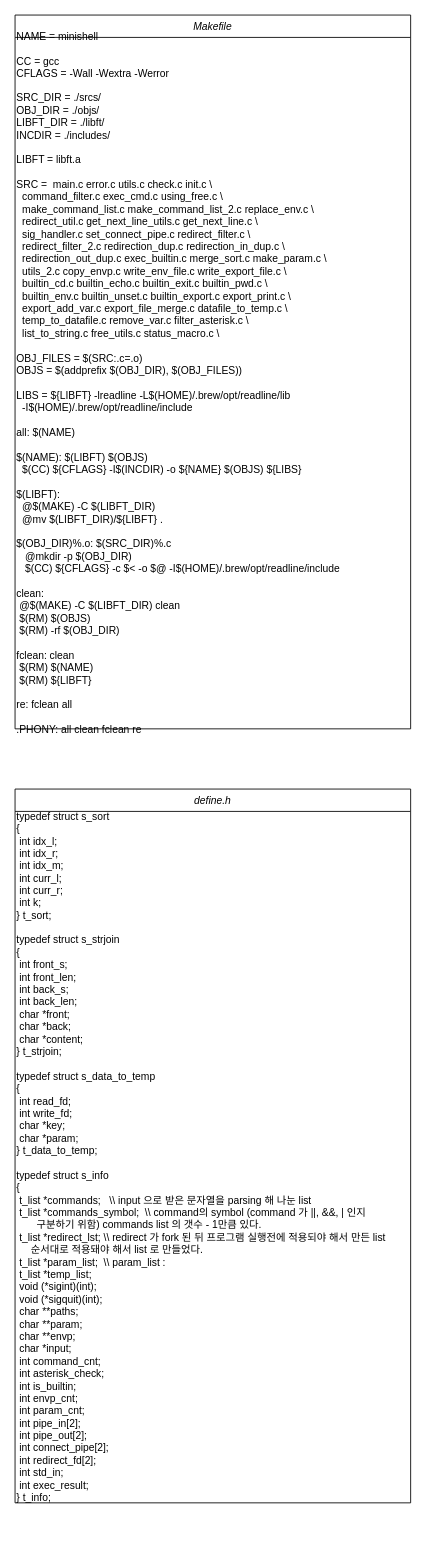
Above: Untitled Diagram.drawio in 42-saoh/Minishell (draw.io), before the change. Source tidied: cells renumbered, new cells numbered last; positions are measured from the earlier drawing's top-left corner, leaving out a move shared by most shapes. Both pictures are drawn from the tidied source at 86%, with x=0, y=0 at pixel (15, 15).
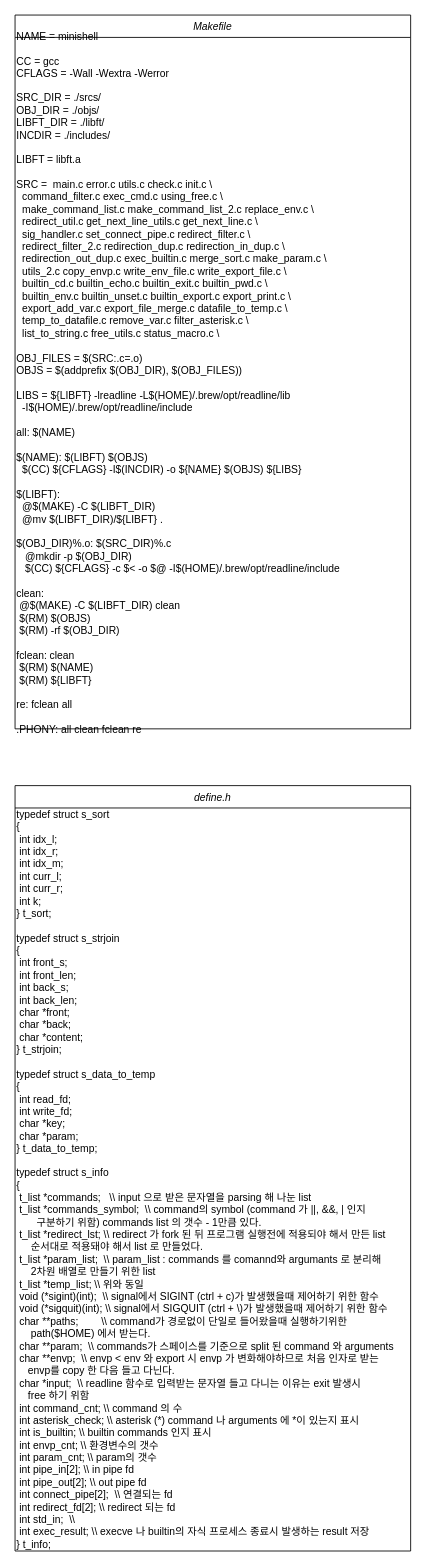
The same page after the edit.

Commit message (it also covers changes not shown here):
Update flow chart

What changed in the source:
```diff
@@
     <mxCell id="4" value="define.h" style="swimlane;fontStyle=2;align=center;verticalAlign=top;horizontal=1;startSize=26;rounded=0;shadow=0;strokeWidth=1;" parent="1" vertex="1">
-      <mxGeometry y="900" width="460" height="830" as="geometry" />
+      <mxGeometry y="896" width="460" height="890" as="geometry" />
     </mxCell>
-    <mxCell id="5" value="&lt;div&gt;typedef struct s_sort&lt;/div&gt;&lt;div&gt;{&lt;/div&gt;&lt;div&gt;&lt;span&gt; &lt;/span&gt;&lt;span style=&quot;white-space: pre&quot;&gt; &lt;/span&gt;int&lt;span&gt;  &lt;/span&gt;idx_l;&lt;/div&gt;&lt;div&gt;&lt;span&gt; &lt;/span&gt;&lt;span style=&quot;white-space: pre&quot;&gt; &lt;/span&gt;int&lt;span&gt;  &lt;/span&gt;idx_r;&lt;/div&gt;&lt;div&gt;&lt;span&gt; &lt;/span&gt;&lt;span style=&quot;white-space: pre&quot;&gt; &lt;/span&gt;int&lt;span&gt;  &lt;/span&gt;idx_m;&lt;/div&gt;&lt;div&gt;&lt;span&gt; &lt;/span&gt;&lt;span style=&quot;white-space: pre&quot;&gt; &lt;/span&gt;int&lt;span&gt;  &lt;/span&gt;curr_l;&lt;/div&gt;&lt;div&gt;&lt;span&gt; &lt;/span&gt;&lt;span style=&quot;white-space: pre&quot;&gt; &lt;/span&gt;int&lt;span&gt;  &lt;/span&gt;curr_r;&lt;/div&gt;&lt;div&gt;&lt;span&gt; &lt;/span&gt;&lt;span style=&quot;white-space: pre&quot;&gt; &lt;/span&gt;int&lt;span&gt;  &lt;/span&gt;k;&lt;/div&gt;&lt;div&gt;}&lt;span&gt;    &lt;/span&gt;t_sort;&lt;/div&gt;&lt;div&gt;&lt;br&gt;&lt;/div&gt;&lt;div&gt;typedef struct s_strjoin&lt;/div&gt;&lt;div&gt;{&lt;/div&gt;&lt;div&gt;&lt;span&gt; &lt;/span&gt;&lt;span style=&quot;white-space: pre&quot;&gt; &lt;/span&gt;int&lt;span&gt;  &lt;/span&gt;front_s;&lt;/div&gt;&lt;div&gt;&lt;span&gt; &lt;/span&gt;&lt;span style=&quot;white-space: pre&quot;&gt; &lt;/span&gt;int&lt;span&gt;  &lt;/span&gt;front_len;&lt;/div&gt;&lt;div&gt;&lt;span&gt; &lt;/span&gt;&lt;span style=&quot;white-space: pre&quot;&gt; &lt;/span&gt;int&lt;span&gt;  &lt;/span&gt;back_s;&lt;/div&gt;&lt;div&gt;&lt;span&gt; &lt;/span&gt;&lt;span style=&quot;white-space: pre&quot;&gt; &lt;/span&gt;int&lt;span&gt;  &lt;/span&gt;back_len;&lt;/div&gt;&lt;div&gt;&lt;span&gt; &lt;/span&gt;&lt;span style=&quot;white-space: pre&quot;&gt; &lt;/span&gt;char&lt;span&gt; &lt;/span&gt;*front;&lt;/div&gt;&lt;div&gt;&lt;span&gt; &lt;/span&gt;&lt;span style=&quot;white-space: pre&quot;&gt; &lt;/span&gt;char&lt;span&gt; &lt;/span&gt;*back;&lt;/div&gt;&lt;div&gt;&lt;span&gt; &lt;/span&gt;&lt;span style=&quot;white-space: pre&quot;&gt; &lt;/span&gt;char&lt;span&gt; &lt;/span&gt;*content;&lt;/div&gt;&lt;div&gt;}&lt;span&gt;    &lt;/span&gt;t_strjoin;&lt;/div&gt;&lt;div&gt;&lt;br&gt;&lt;/div&gt;&lt;div&gt;typedef struct s_data_to_temp&lt;/div&gt;&lt;div&gt;{&lt;/div&gt;&lt;div&gt;&lt;span&gt; &lt;/span&gt;&lt;span style=&quot;white-space: pre&quot;&gt; &lt;/span&gt;int&lt;span&gt;  &lt;/span&gt;read_fd;&lt;/div&gt;&lt;div&gt;&lt;span&gt; &lt;/span&gt;&lt;span style=&quot;white-space: pre&quot;&gt; &lt;/span&gt;int&lt;span&gt;  &lt;/span&gt;write_fd;&lt;/div&gt;&lt;div&gt;&lt;span&gt; &lt;/span&gt;&lt;span style=&quot;white-space: pre&quot;&gt; &lt;/span&gt;char&lt;span&gt; &lt;/span&gt;*key;&lt;/div&gt;&lt;div&gt;&lt;span&gt; &lt;/span&gt;&lt;span style=&quot;white-space: pre&quot;&gt; &lt;/span&gt;char&lt;span&gt; &lt;/span&gt;*param;&lt;/div&gt;&lt;div&gt;}&lt;span&gt;    &lt;/span&gt;t_data_to_temp;&lt;/div&gt;&lt;div&gt;&lt;br&gt;&lt;/div&gt;&lt;div&gt;typedef struct s_info&lt;/div&gt;&lt;div&gt;{&lt;/div&gt;&lt;div&gt;&lt;span&gt; &lt;/span&gt;&lt;span style=&quot;white-space: pre&quot;&gt; &lt;/span&gt;t_list&lt;span&gt; &lt;/span&gt;*commands;&amp;nbsp; &amp;nbsp;\\ input 으로 받은 문자열을 parsing 해 나눈 list&amp;nbsp;&lt;/div&gt;&lt;div&gt;&lt;span style=&quot;white-space: pre&quot;&gt; &lt;/span&gt;&lt;span&gt;t_list&lt;/span&gt;&lt;span&gt; &lt;/span&gt;&lt;span&gt;*commands_symbol;&amp;nbsp; \\ command의 symbol (command 가 ||, &amp;amp;&amp;amp;, | 인지&amp;nbsp;&lt;/span&gt;&lt;/div&gt;&lt;div&gt;&lt;span&gt;&lt;span style=&quot;white-space: pre&quot;&gt; &lt;/span&gt;&lt;span style=&quot;white-space: pre&quot;&gt; &lt;/span&gt;&lt;span style=&quot;white-space: pre&quot;&gt; &lt;/span&gt;&lt;span style=&quot;white-space: pre&quot;&gt; &lt;/span&gt;&lt;span style=&quot;white-space: pre&quot;&gt; &lt;/span&gt;&lt;span style=&quot;white-space: pre&quot;&gt; &lt;/span&gt;&lt;span style=&quot;white-space: pre&quot;&gt; &lt;/span&gt;구분하기 위함)&amp;nbsp;&lt;/span&gt;&lt;span&gt;commands list 의 갯수 - 1만큼 있다.&lt;/span&gt;&lt;/div&gt;&lt;div&gt;&lt;span&gt; &lt;/span&gt;&lt;span style=&quot;white-space: pre&quot;&gt; &lt;/span&gt;t_list&lt;span&gt; &lt;/span&gt;*redirect_lst; \\ redirect 가 fork 된 뒤 프로그램 실행전에 적용되야 해서 만든 list&lt;/div&gt;&lt;div&gt;&lt;span style=&quot;white-space: pre&quot;&gt; &lt;/span&gt;&lt;span style=&quot;white-space: pre&quot;&gt; &lt;/span&gt;&lt;span style=&quot;white-space: pre&quot;&gt; &lt;/span&gt;&lt;span style=&quot;white-space: pre&quot;&gt; &lt;/span&gt;&lt;span style=&quot;white-space: pre&quot;&gt; &lt;/span&gt;순서대로 적용돼야 해서 list 로 만들었다.&lt;br&gt;&lt;/div&gt;&lt;div&gt;&lt;span&gt; &lt;/span&gt;&lt;span style=&quot;white-space: pre&quot;&gt; &lt;/span&gt;t_list&lt;span&gt; &lt;/span&gt;*param_list;&amp;nbsp; \\ param_list :&amp;nbsp;&lt;/div&gt;&lt;div&gt;&lt;span&gt; &lt;/span&gt;&lt;span style=&quot;white-space: pre&quot;&gt; &lt;/span&gt;t_list&lt;span&gt; &lt;/span&gt;*temp_list;&lt;/div&gt;&lt;div&gt;&lt;span&gt; &lt;/span&gt;&lt;span style=&quot;white-space: pre&quot;&gt; &lt;/span&gt;void&lt;span&gt; &lt;/span&gt;(*sigint)(int);&lt;/div&gt;&lt;div&gt;&lt;span&gt; &lt;/span&gt;&lt;span style=&quot;white-space: pre&quot;&gt; &lt;/span&gt;void&lt;span&gt; &lt;/span&gt;(*sigquit)(int);&lt;/div&gt;&lt;div&gt;&lt;span&gt; &lt;/span&gt;&lt;span style=&quot;white-space: pre&quot;&gt; &lt;/span&gt;char&lt;span&gt; &lt;/span&gt;**paths;&lt;/div&gt;&lt;div&gt;&lt;span&gt; &lt;/span&gt;&lt;span style=&quot;white-space: pre&quot;&gt; &lt;/span&gt;char&lt;span&gt; &lt;/span&gt;**param;&lt;/div&gt;&lt;div&gt;&lt;span&gt; &lt;/span&gt;&lt;span style=&quot;white-space: pre&quot;&gt; &lt;/span&gt;char&lt;span&gt; &lt;/span&gt;**envp;&lt;/div&gt;&lt;div&gt;&lt;span&gt; &lt;/span&gt;&lt;span style=&quot;white-space: pre&quot;&gt; &lt;/span&gt;char&lt;span&gt; &lt;/span&gt;*input;&lt;/div&gt;&lt;div&gt;&lt;span&gt; &lt;/span&gt;&lt;span style=&quot;white-space: pre&quot;&gt; &lt;/span&gt;int&lt;span&gt;  &lt;/span&gt;command_cnt;&lt;/div&gt;&lt;div&gt;&lt;span&gt; &lt;/span&gt;&lt;span style=&quot;white-space: pre&quot;&gt; &lt;/span&gt;int&lt;span&gt;  &lt;/span&gt;asterisk_check;&lt;/div&gt;&lt;div&gt;&lt;span&gt; &lt;/span&gt;&lt;span style=&quot;white-space: pre&quot;&gt; &lt;/span&gt;int&lt;span&gt;  &lt;/span&gt;is_builtin;&lt;/div&gt;&lt;div&gt;&lt;span&gt; &lt;/span&gt;&lt;span style=&quot;white-space: pre&quot;&gt; &lt;/span&gt;int&lt;span&gt;  &lt;/span&gt;envp_cnt;&lt;/div&gt;&lt;div&gt;&lt;span&gt; &lt;/span&gt;&lt;span style=&quot;white-space: pre&quot;&gt; &lt;/span&gt;int&lt;span&gt;  &lt;/span&gt;param_cnt;&lt;/div&gt;&lt;div&gt;&lt;span&gt; &lt;/span&gt;&lt;span style=&quot;white-space: pre&quot;&gt; &lt;/span&gt;int&lt;span&gt;  &lt;/span&gt;pipe_in[2];&lt;/div&gt;&lt;div&gt;&lt;span&gt; &lt;/span&gt;&lt;span style=&quot;white-space: pre&quot;&gt; &lt;/span&gt;int&lt;span&gt;  &lt;/span&gt;pipe_out[2];&lt;/div&gt;&lt;div&gt;&lt;span&gt; &lt;/span&gt;&lt;span style=&quot;white-space: pre&quot;&gt; &lt;/span&gt;int&lt;span&gt;  &lt;/span&gt;connect_pipe[2];&lt;/div&gt;&lt;div&gt;&lt;span&gt; &lt;/span&gt;&lt;span style=&quot;white-space: pre&quot;&gt; &lt;/span&gt;int&lt;span&gt;  &lt;/span&gt;redirect_fd[2];&lt;/div&gt;&lt;div&gt;&lt;span&gt; &lt;/span&gt;&lt;span style=&quot;white-space: pre&quot;&gt; &lt;/span&gt;int&lt;span&gt;  &lt;/span&gt;std_in;&lt;/div&gt;&lt;div&gt;&lt;span&gt; &lt;/span&gt;&lt;span style=&quot;white-space: pre&quot;&gt; &lt;/span&gt;int&lt;span&gt;  &lt;/span&gt;exec_result;&lt;/div&gt;&lt;div&gt;}&lt;span&gt;    &lt;/span&gt;t_info;&lt;/div&gt;" style="text;html=1;strokeColor=none;fillColor=none;align=left;verticalAlign=middle;whiteSpace=wrap;rounded=0;" parent="4" vertex="1">
-      <mxGeometry y="26" width="460" height="804" as="geometry" />
+    <mxCell id="5" value="&lt;div&gt;typedef struct s_sort&lt;/div&gt;&lt;div&gt;{&lt;/div&gt;&lt;div&gt;&lt;span&gt; &lt;/span&gt;&lt;span style=&quot;white-space: pre&quot;&gt; &lt;/span&gt;int&lt;span&gt;  &lt;/span&gt;idx_l;&lt;/div&gt;&lt;div&gt;&lt;span&gt; &lt;/span&gt;&lt;span style=&quot;white-space: pre&quot;&gt; &lt;/span&gt;int&lt;span&gt;  &lt;/span&gt;idx_r;&lt;/div&gt;&lt;div&gt;&lt;span&gt; &lt;/span&gt;&lt;span style=&quot;white-space: pre&quot;&gt; &lt;/span&gt;int&lt;span&gt;  &lt;/span&gt;idx_m;&lt;/div&gt;&lt;div&gt;&lt;span&gt; &lt;/span&gt;&lt;span style=&quot;white-space: pre&quot;&gt; &lt;/span&gt;int&lt;span&gt;  &lt;/span&gt;curr_l;&lt;/div&gt;&lt;div&gt;&lt;span&gt; &lt;/span&gt;&lt;span style=&quot;white-space: pre&quot;&gt; &lt;/span&gt;int&lt;span&gt;  &lt;/span&gt;curr_r;&lt;/div&gt;&lt;div&gt;&lt;span&gt; &lt;/span&gt;&lt;span style=&quot;white-space: pre&quot;&gt; &lt;/span&gt;int&lt;span&gt;  &lt;/span&gt;k;&lt;/div&gt;&lt;div&gt;}&lt;span&gt;    &lt;/span&gt;t_sort;&lt;/div&gt;&lt;div&gt;&lt;br&gt;&lt;/div&gt;&lt;div&gt;typedef struct s_strjoin&lt;/div&gt;&lt;div&gt;{&lt;/div&gt;&lt;div&gt;&lt;span&gt; &lt;/span&gt;&lt;span style=&quot;white-space: pre&quot;&gt; &lt;/span&gt;int&lt;span&gt;  &lt;/span&gt;front_s;&lt;/div&gt;&lt;div&gt;&lt;span&gt; &lt;/span&gt;&lt;span style=&quot;white-space: pre&quot;&gt; &lt;/span&gt;int&lt;span&gt;  &lt;/span&gt;front_len;&lt;/div&gt;&lt;div&gt;&lt;span&gt; &lt;/span&gt;&lt;span style=&quot;white-space: pre&quot;&gt; &lt;/span&gt;int&lt;span&gt;  &lt;/span&gt;back_s;&lt;/div&gt;&lt;div&gt;&lt;span&gt; &lt;/span&gt;&lt;span style=&quot;white-space: pre&quot;&gt; &lt;/span&gt;int&lt;span&gt;  &lt;/span&gt;back_len;&lt;/div&gt;&lt;div&gt;&lt;span&gt; &lt;/span&gt;&lt;span style=&quot;white-space: pre&quot;&gt; &lt;/span&gt;char&lt;span&gt; &lt;/span&gt;*front;&lt;/div&gt;&lt;div&gt;&lt;span&gt; &lt;/span&gt;&lt;span style=&quot;white-space: pre&quot;&gt; &lt;/span&gt;char&lt;span&gt; &lt;/span&gt;*back;&lt;/div&gt;&lt;div&gt;&lt;span&gt; &lt;/span&gt;&lt;span style=&quot;white-space: pre&quot;&gt; &lt;/span&gt;char&lt;span&gt; &lt;/span&gt;*content;&lt;/div&gt;&lt;div&gt;}&lt;span&gt;    &lt;/span&gt;t_strjoin;&lt;/div&gt;&lt;div&gt;&lt;br&gt;&lt;/div&gt;&lt;div&gt;typedef struct s_data_to_temp&lt;/div&gt;&lt;div&gt;{&lt;/div&gt;&lt;div&gt;&lt;span&gt; &lt;/span&gt;&lt;span style=&quot;white-space: pre&quot;&gt; &lt;/span&gt;int&lt;span&gt;  &lt;/span&gt;read_fd;&lt;/div&gt;&lt;div&gt;&lt;span&gt; &lt;/span&gt;&lt;span style=&quot;white-space: pre&quot;&gt; &lt;/span&gt;int&lt;span&gt;  &lt;/span&gt;write_fd;&lt;/div&gt;&lt;div&gt;&lt;span&gt; &lt;/span&gt;&lt;span style=&quot;white-space: pre&quot;&gt; &lt;/span&gt;char&lt;span&gt; &lt;/span&gt;*key;&lt;/div&gt;&lt;div&gt;&lt;span&gt; &lt;/span&gt;&lt;span style=&quot;white-space: pre&quot;&gt; &lt;/span&gt;char&lt;span&gt; &lt;/span&gt;*param;&lt;/div&gt;&lt;div&gt;}&lt;span&gt;    &lt;/span&gt;t_data_to_temp;&lt;/div&gt;&lt;div&gt;&lt;br&gt;&lt;/div&gt;&lt;div&gt;typedef struct s_info&lt;/div&gt;&lt;div&gt;{&lt;/div&gt;&lt;div&gt;&lt;span&gt; &lt;/span&gt;&lt;span style=&quot;white-space: pre&quot;&gt; &lt;/span&gt;t_list&lt;span&gt; &lt;/span&gt;*commands;&amp;nbsp; &amp;nbsp;\\ input 으로 받은 문자열을 parsing 해 나눈 list&amp;nbsp;&lt;/div&gt;&lt;div&gt;&lt;span style=&quot;white-space: pre&quot;&gt; &lt;/span&gt;&lt;span&gt;t_list&lt;/span&gt;&lt;span&gt; &lt;/span&gt;&lt;span&gt;*commands_symbol;&amp;nbsp; \\ command의 symbol (command 가 ||, &amp;amp;&amp;amp;, | 인지&amp;nbsp;&lt;/span&gt;&lt;/div&gt;&lt;div&gt;&lt;span&gt;&lt;span style=&quot;white-space: pre&quot;&gt; &lt;/span&gt;&lt;span style=&quot;white-space: pre&quot;&gt; &lt;/span&gt;&lt;span style=&quot;white-space: pre&quot;&gt; &lt;/span&gt;&lt;span style=&quot;white-space: pre&quot;&gt; &lt;/span&gt;&lt;span style=&quot;white-space: pre&quot;&gt; &lt;/span&gt;&lt;span style=&quot;white-space: pre&quot;&gt; &lt;/span&gt;&lt;span style=&quot;white-space: pre&quot;&gt; &lt;/span&gt;구분하기 위함)&amp;nbsp;&lt;/span&gt;&lt;span&gt;commands list 의 갯수 - 1만큼 있다.&lt;/span&gt;&lt;/div&gt;&lt;div&gt;&lt;span&gt; &lt;/span&gt;&lt;span style=&quot;white-space: pre&quot;&gt; &lt;/span&gt;t_list&lt;span&gt; &lt;/span&gt;*redirect_lst; \\ redirect 가 fork 된 뒤 프로그램 실행전에 적용되야 해서 만든 list&lt;/div&gt;&lt;div&gt;&lt;span style=&quot;white-space: pre&quot;&gt; &lt;/span&gt;&lt;span style=&quot;white-space: pre&quot;&gt; &lt;/span&gt;&lt;span style=&quot;white-space: pre&quot;&gt; &lt;/span&gt;&lt;span style=&quot;white-space: pre&quot;&gt; &lt;/span&gt;&lt;span style=&quot;white-space: pre&quot;&gt; &lt;/span&gt;순서대로 적용돼야 해서 list 로 만들었다.&lt;br&gt;&lt;/div&gt;&lt;div&gt;&lt;span&gt; &lt;/span&gt;&lt;span style=&quot;white-space: pre&quot;&gt; &lt;/span&gt;t_list&lt;span&gt; &lt;/span&gt;*param_list;&amp;nbsp; \\ param_list : commands 를 comannd와 argumants 로 분리해&lt;/div&gt;&lt;div&gt;&lt;span style=&quot;white-space: pre&quot;&gt; &lt;/span&gt;&lt;span style=&quot;white-space: pre&quot;&gt; &lt;/span&gt;&lt;span style=&quot;white-space: pre&quot;&gt; &lt;/span&gt;&lt;span style=&quot;white-space: pre&quot;&gt; &lt;/span&gt;&lt;span style=&quot;white-space: pre&quot;&gt; &lt;/span&gt;2차원 배열로 만들기 위한 list&lt;br&gt;&lt;/div&gt;&lt;div&gt;&lt;span&gt; &lt;/span&gt;&lt;span style=&quot;white-space: pre&quot;&gt; &lt;/span&gt;t_list&lt;span&gt; &lt;/span&gt;*temp_list; \\ 위와 동일&lt;/div&gt;&lt;div&gt;&lt;span&gt; &lt;/span&gt;&lt;span style=&quot;white-space: pre&quot;&gt; &lt;/span&gt;void&lt;span&gt; &lt;/span&gt;(*sigint)(int);&amp;nbsp; \\ signal에서 SIGINT (ctrl + c)가 발생했을때 제어하기 위한 함수&lt;/div&gt;&lt;div&gt;&lt;span&gt; &lt;/span&gt;&lt;span style=&quot;white-space: pre&quot;&gt; &lt;/span&gt;void&lt;span&gt; &lt;/span&gt;(*sigquit)(int); \\ signal에서 SIGQUIT (ctrl + \)가 발생했을때 제어하기 위한 함수&lt;/div&gt;&lt;div&gt;&lt;span&gt; &lt;/span&gt;&lt;span style=&quot;white-space: pre&quot;&gt; &lt;/span&gt;char&lt;span&gt; &lt;/span&gt;**paths;&amp;nbsp; &amp;nbsp; &amp;nbsp; &amp;nbsp; \\ command가 경로없이 단일로 들어왔을때 실행하기위한 &lt;span style=&quot;white-space: pre&quot;&gt; &lt;/span&gt;&lt;span style=&quot;white-space: pre&quot;&gt; &lt;/span&gt;&lt;span style=&quot;white-space: pre&quot;&gt; &lt;/span&gt;&lt;span style=&quot;white-space: pre&quot;&gt; &lt;/span&gt;&lt;span style=&quot;white-space: pre&quot;&gt; &lt;/span&gt;path($HOME) 에서 받는다.&lt;/div&gt;&lt;div&gt;&lt;span&gt; &lt;/span&gt;&lt;span style=&quot;white-space: pre&quot;&gt; &lt;/span&gt;char&lt;span&gt; &lt;/span&gt;**param;&amp;nbsp; \\ commands가 스페이스를 기준으로 split 된 command 와 arguments&lt;/div&gt;&lt;div&gt;&lt;span&gt; &lt;/span&gt;&lt;span style=&quot;white-space: pre&quot;&gt; &lt;/span&gt;char&lt;span&gt; &lt;/span&gt;**envp;&amp;nbsp; \\ envp &amp;lt; env 와 export 시 envp 가 변화해야하므로 처음 인자로 받는 &lt;span style=&quot;white-space: pre&quot;&gt; &lt;/span&gt;&lt;span style=&quot;white-space: pre&quot;&gt; &lt;/span&gt;&lt;span style=&quot;white-space: pre&quot;&gt; &lt;/span&gt;&lt;span style=&quot;white-space: pre&quot;&gt; &lt;/span&gt;envp를 copy 한 다음 들고 다닌다.&lt;/div&gt;&lt;div&gt;&lt;span&gt; &lt;/span&gt;&lt;span style=&quot;white-space: pre&quot;&gt; &lt;/span&gt;char&lt;span&gt; &lt;/span&gt;*input;&amp;nbsp; \\ readline 함수로 입력받는 문자열 들고 다니는 이유는 exit 발생시&lt;/div&gt;&lt;div&gt;&lt;span style=&quot;white-space: pre&quot;&gt; &lt;/span&gt;&lt;span style=&quot;white-space: pre&quot;&gt; &lt;/span&gt;&lt;span style=&quot;white-space: pre&quot;&gt; &lt;/span&gt;&lt;span style=&quot;white-space: pre&quot;&gt; &lt;/span&gt;free&amp;nbsp;&lt;span&gt;하기 위함&lt;/span&gt;&lt;/div&gt;&lt;div&gt;&lt;span&gt; &lt;/span&gt;&lt;span style=&quot;white-space: pre&quot;&gt; &lt;/span&gt;int&lt;span&gt;  &lt;/span&gt;command_cnt; \\ command 의 수&lt;/div&gt;&lt;div&gt;&lt;span&gt; &lt;/span&gt;&lt;span style=&quot;white-space: pre&quot;&gt; &lt;/span&gt;int&lt;span&gt;  &lt;/span&gt;asterisk_check;&lt;span style=&quot;white-space: pre&quot;&gt; &lt;/span&gt;\\ asterisk (*) command 나 arguments 에 *이 있는지 표시&lt;/div&gt;&lt;div&gt;&lt;span&gt; &lt;/span&gt;&lt;span style=&quot;white-space: pre&quot;&gt; &lt;/span&gt;int&lt;span&gt;  &lt;/span&gt;is_builtin; \\ builtin commands 인지 표시&lt;/div&gt;&lt;div&gt;&lt;span&gt; &lt;/span&gt;&lt;span style=&quot;white-space: pre&quot;&gt; &lt;/span&gt;int&lt;span&gt;  &lt;/span&gt;envp_cnt; \\ 환경변수의 갯수&lt;/div&gt;&lt;div&gt;&lt;span&gt; &lt;/span&gt;&lt;span style=&quot;white-space: pre&quot;&gt; &lt;/span&gt;int&lt;span&gt;  &lt;/span&gt;param_cnt; \\ param의 갯수&lt;/div&gt;&lt;div&gt;&lt;span&gt; &lt;/span&gt;&lt;span style=&quot;white-space: pre&quot;&gt; &lt;/span&gt;int&lt;span&gt;  &lt;/span&gt;pipe_in[2]; \\ in pipe fd&lt;/div&gt;&lt;div&gt;&lt;span&gt; &lt;/span&gt;&lt;span style=&quot;white-space: pre&quot;&gt; &lt;/span&gt;int&lt;span&gt;  &lt;/span&gt;pipe_out[2]; \\ out pipe fd&lt;/div&gt;&lt;div&gt;&lt;span&gt; &lt;/span&gt;&lt;span style=&quot;white-space: pre&quot;&gt; &lt;/span&gt;int&lt;span&gt;  &lt;/span&gt;connect_pipe[2];&amp;nbsp; \\ 연결되는 fd&lt;/div&gt;&lt;div&gt;&lt;span&gt; &lt;/span&gt;&lt;span style=&quot;white-space: pre&quot;&gt; &lt;/span&gt;int&lt;span&gt;  &lt;/span&gt;redirect_fd[2]; \\ redirect 되는 fd&lt;/div&gt;&lt;div&gt;&lt;span&gt; &lt;/span&gt;&lt;span style=&quot;white-space: pre&quot;&gt; &lt;/span&gt;int&lt;span&gt;  &lt;/span&gt;std_in;&amp;nbsp; \\&lt;/div&gt;&lt;div&gt;&lt;span&gt; &lt;/span&gt;&lt;span style=&quot;white-space: pre&quot;&gt; &lt;/span&gt;int&lt;span&gt;  &lt;/span&gt;exec_result; \\ execve 나 builtin의 자식 프로세스 종료시 발생하는 result 저장&lt;/div&gt;&lt;div&gt;}&lt;span&gt;    &lt;/span&gt;t_info;&lt;/div&gt;" style="text;html=1;strokeColor=none;fillColor=none;align=left;verticalAlign=middle;whiteSpace=wrap;rounded=0;" parent="4" vertex="1">
+      <mxGeometry y="26" width="460" height="864" as="geometry" />
     </mxCell>
```
